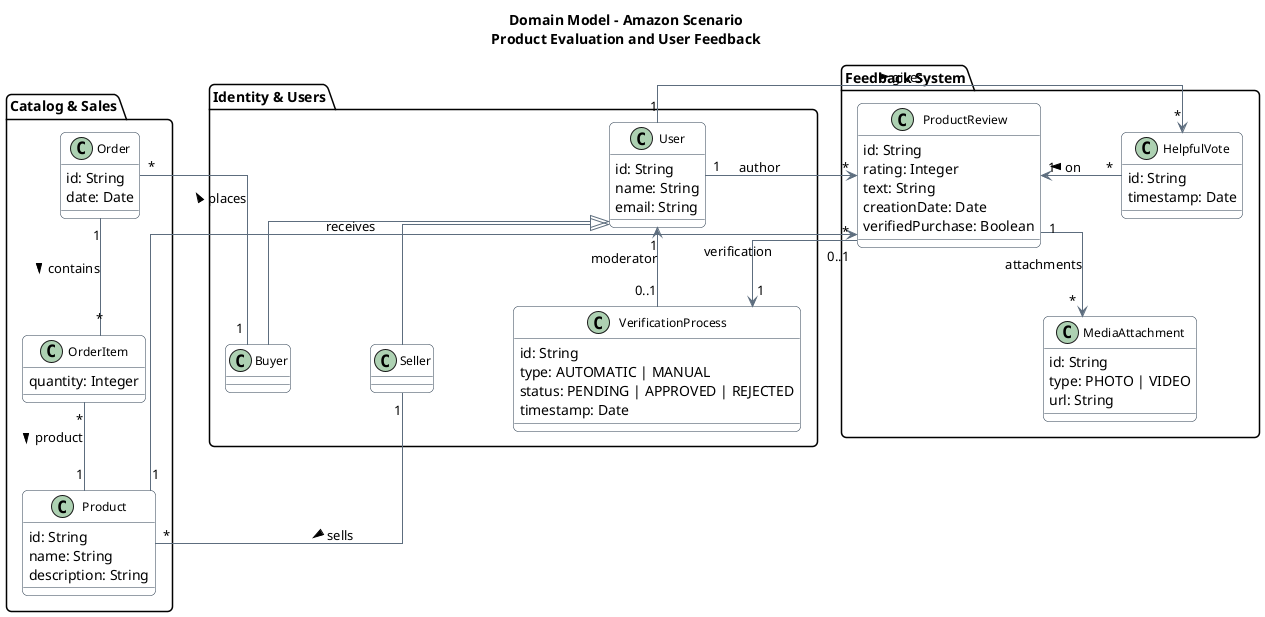
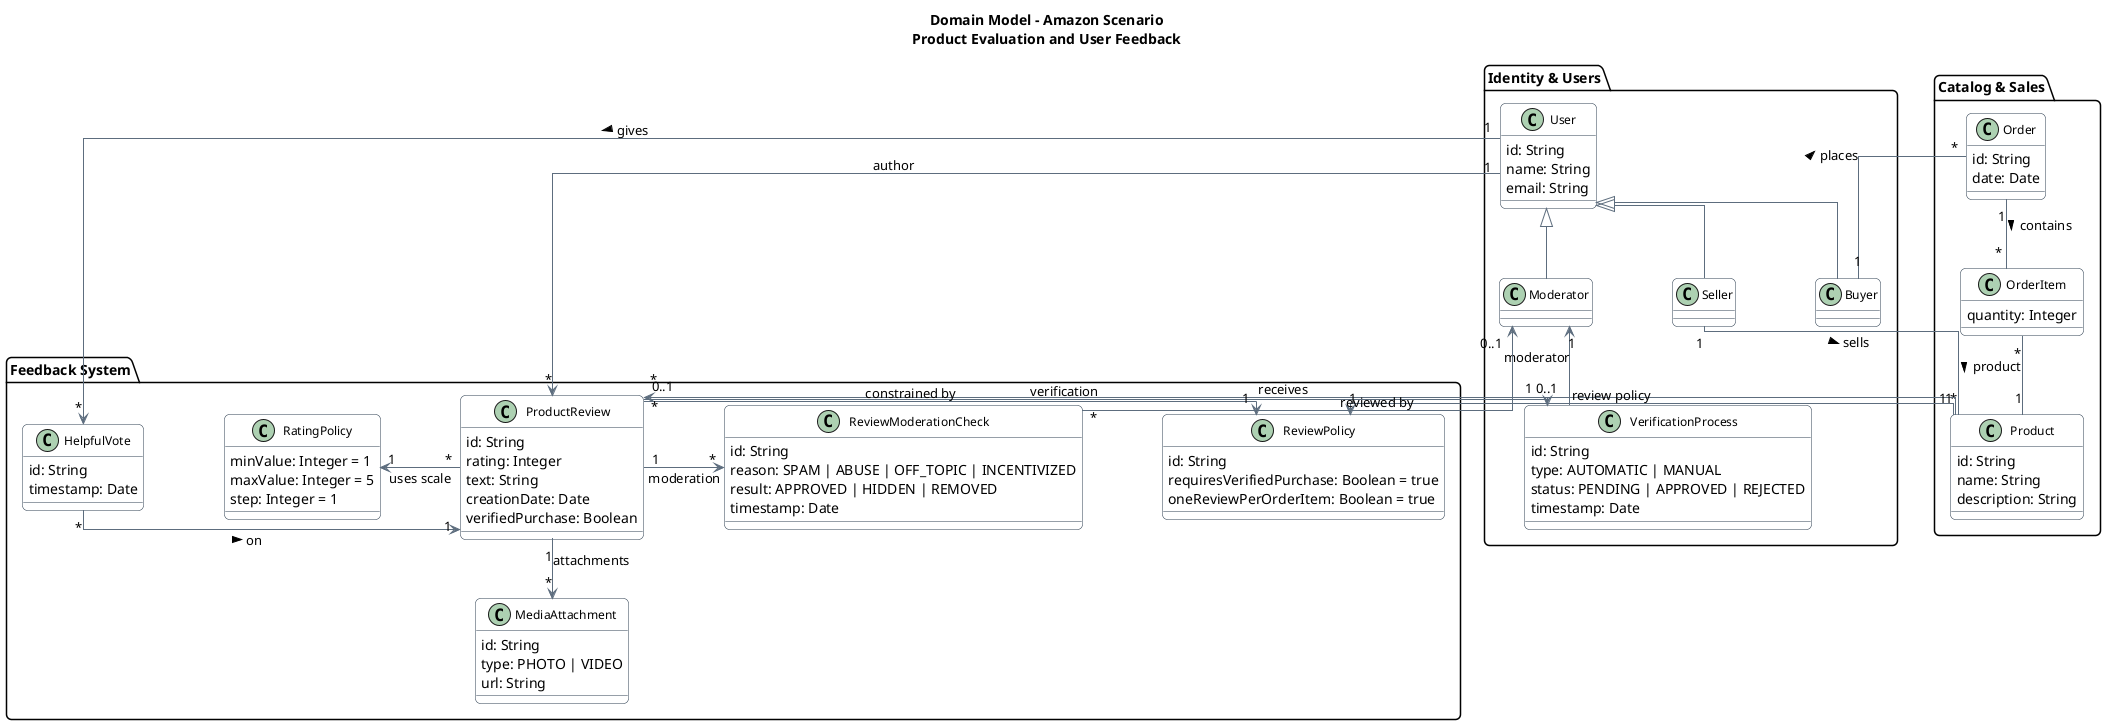
@startuml
skinparam linetype ortho
skinparam nodesep 80
skinparam ranksep 60
skinparam roundCorner 10
skinparam shadowing false
skinparam classAttributeIconSize 0

skinparam class {
    BackgroundColor White
    BorderColor #2D3E50
    ArrowColor #5D6D7E
    FontSize 12
}

title Domain Model – Amazon Scenario\nProduct Evaluation and User Feedback

package "Identity & Users" {

    class User {
        id: String
        name: String
        email: String
    }

    class Buyer
    class Seller
+     class Moderator

    class VerificationProcess {
        id: String
        type: AUTOMATIC | MANUAL
        status: PENDING | APPROVED | REJECTED
        timestamp: Date
    }
}

package "Catalog & Sales" {

    class Product {
        id: String
        name: String
        description: String
    }

    class Order {
        id: String
        date: Date
    }

    class OrderItem {
        quantity: Integer
    }
}

package "Feedback System" {

    class ProductReview {
        id: String
        rating: Integer
        text: String
        creationDate: Date
        verifiedPurchase: Boolean
    }

    class MediaAttachment {
        id: String
        type: PHOTO | VIDEO
        url: String
    }

    class HelpfulVote {
        id: String
        timestamp: Date
    }
+ 
+     class RatingPolicy {
+         minValue: Integer = 1
+         maxValue: Integer = 5
+         step: Integer = 1
+     }
+ 
+     class ReviewPolicy {
+         id: String
+         requiresVerifiedPurchase: Boolean = true
+         oneReviewPerOrderItem: Boolean = true
+     }
+ 
+     class ReviewModerationCheck {
+         id: String
+         reason: SPAM | ABUSE | OFF_TOPIC | INCENTIVIZED
+         result: APPROVED | HIDDEN | REMOVED
+         timestamp: Date
+     }
}

User <|-- Buyer
User <|-- Seller
+ User <|-- Moderator

Buyer "1" -- "*" Order : places >
Order "1" -- "*" OrderItem : contains >
OrderItem "*" -- "1" Product : product >
Seller "1" -- "*" Product : sells >

User "1" -right-> "*" ProductReview : author
Product "1" -right-> "*" ProductReview : receives

ProductReview "1" -down-> "*" MediaAttachment : attachments

ProductReview "0..1" -down-> "1" VerificationProcess : verification
- VerificationProcess "0..1" -up-> "1" User : moderator
+ VerificationProcess "0..1" -up-> "1" Moderator : moderator
+ 
+ Product "1" -down-> "1" ReviewPolicy : review policy
+ ProductReview "*" -left-> "1" RatingPolicy : uses scale
+ ProductReview "*" -left-> "1" ReviewPolicy : constrained by
+ ProductReview "1" -right-> "*" ReviewModerationCheck : moderation
+ ReviewModerationCheck "*" -up-> "0..1" Moderator : reviewed by

' Helpful votes
User "1" -right-> "*" HelpfulVote : gives >
HelpfulVote "*" -left-> "1" ProductReview : on >

@enduml